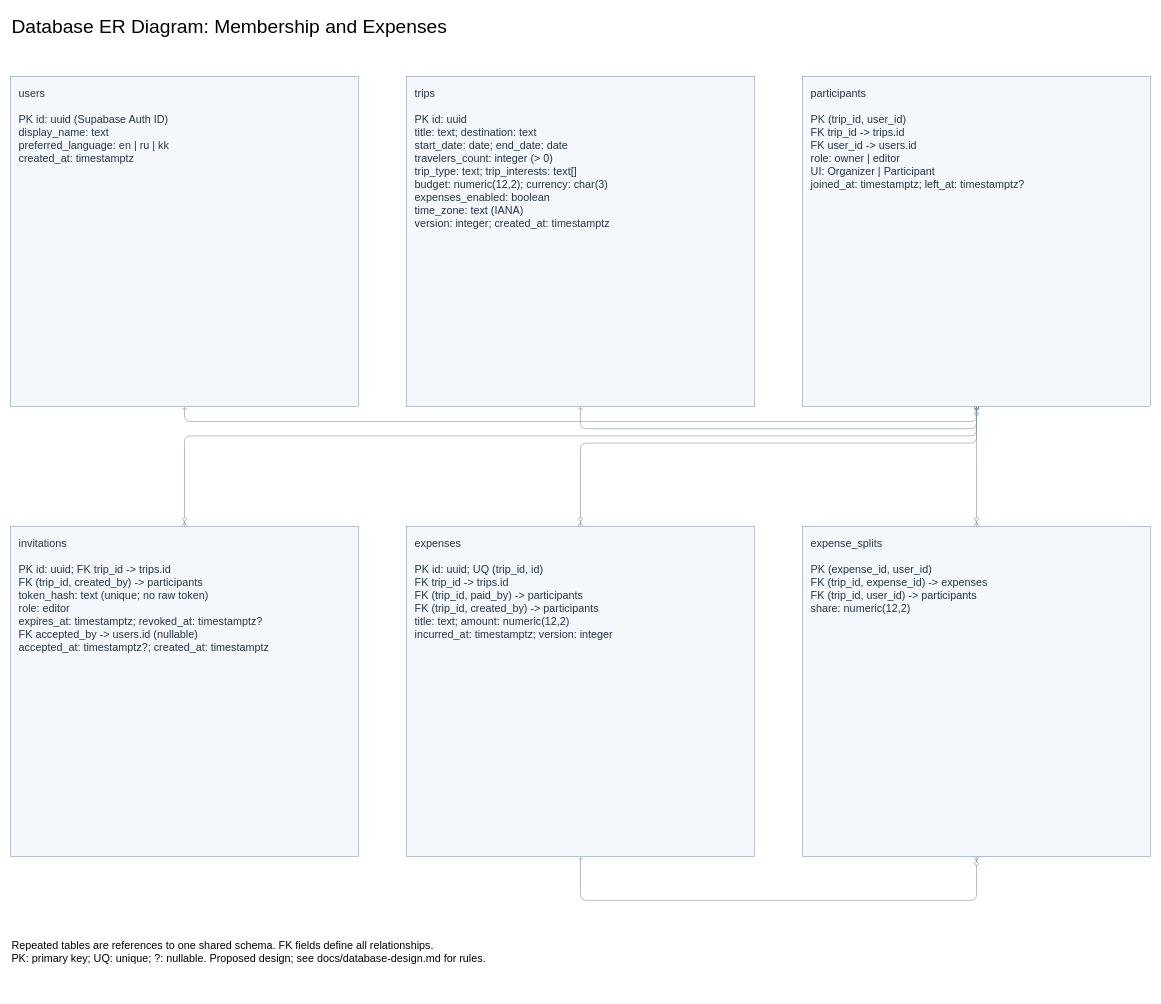
yer455yl/collaborative-trip-planning keeps this draw.io diagram as page "Membership and Expenses" (1 of 4) of diagrams/database-er.drawio. Above is the earlier version. Source tidied: cells renumbered, new cells numbered last; positions are measured from the earlier drawing's top-left corner, leaving out a move shared by most shapes. Both pictures are drawn from the tidied source at 60%, with x=0, y=0 at pixel (10, 10).
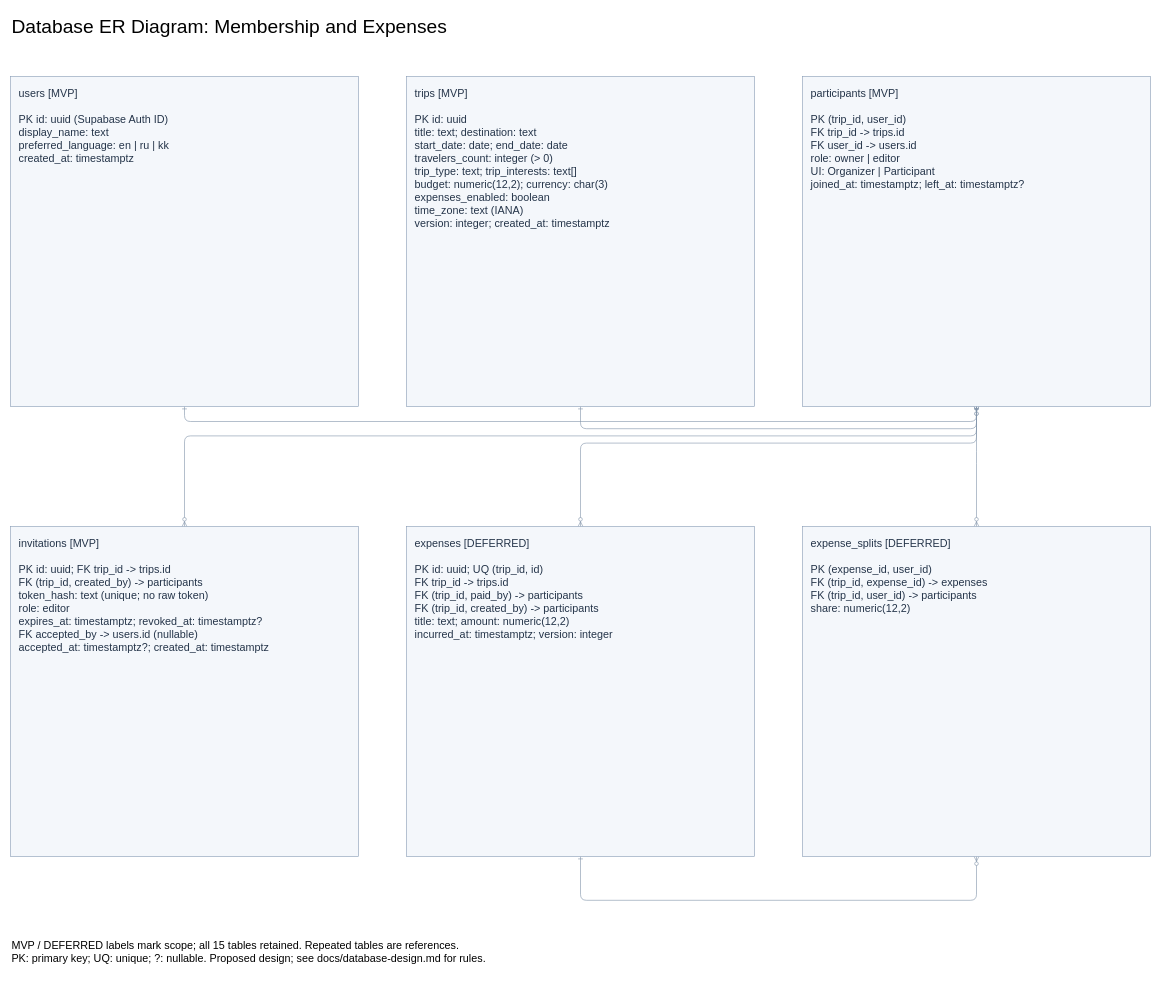
The same page after the edit.

Diff of the diagram source:
```diff
@@
-    <mxCell id="9" value="users&#10;&#10;PK id: uuid (Supabase Auth ID)&#10;display_name: text&#10;preferred_language: en | ru | kk&#10;created_at: timestamptz" style="rounded=0;whiteSpace=wrap;html=0;fillColor=#f4f7fb;strokeColor=#879bb5;fontColor=#243449;fontSize=18;align=left;verticalAlign=top;spacing=14;" parent="1" vertex="1">
+    <mxCell id="9" value="users [MVP]&#10;&#10;PK id: uuid (Supabase Auth ID)&#10;display_name: text&#10;preferred_language: en | ru | kk&#10;created_at: timestamptz" style="rounded=0;whiteSpace=wrap;html=0;fillColor=#f4f7fb;strokeColor=#879bb5;fontColor=#243449;fontSize=18;align=left;verticalAlign=top;spacing=14;" parent="1" vertex="1">
       <mxGeometry y="110" width="580" height="550" as="geometry" />
     </mxCell>
-    <mxCell id="10" value="trips&#10;&#10;PK id: uuid&#10;title: text; destination: text&#10;start_date: date; end_date: date&#10;travelers_count: integer (&gt; 0)&#10;trip_type: text; trip_interests: text[]&#10;budget: numeric(12,2); currency: char(3)&#10;expenses_enabled: boolean&#10;time_zone: text (IANA)&#10;version: integer; created_at: timestamptz" style="rounded=0;whiteSpace=wrap;html=0;fillColor=#f4f7fb;strokeColor=#879bb5;fontColor=#243449;fontSize=18;align=left;verticalAlign=top;spacing=14;" parent="1" vertex="1">
+    <mxCell id="10" value="trips [MVP]&#10;&#10;PK id: uuid&#10;title: text; destination: text&#10;start_date: date; end_date: date&#10;travelers_count: integer (&gt; 0)&#10;trip_type: text; trip_interests: text[]&#10;budget: numeric(12,2); currency: char(3)&#10;expenses_enabled: boolean&#10;time_zone: text (IANA)&#10;version: integer; created_at: timestamptz" style="rounded=0;whiteSpace=wrap;html=0;fillColor=#f4f7fb;strokeColor=#879bb5;fontColor=#243449;fontSize=18;align=left;verticalAlign=top;spacing=14;" parent="1" vertex="1">
       <mxGeometry x="660" y="110" width="580" height="550" as="geometry" />
     </mxCell>
-    <mxCell id="11" value="participants&#10;&#10;PK (trip_id, user_id)&#10;FK trip_id -&gt; trips.id&#10;FK user_id -&gt; users.id&#10;role: owner | editor&#10;UI: Organizer | Participant&#10;joined_at: timestamptz; left_at: timestamptz?" style="rounded=0;whiteSpace=wrap;html=0;fillColor=#f4f7fb;strokeColor=#879bb5;fontColor=#243449;fontSize=18;align=left;verticalAlign=top;spacing=14;" parent="1" vertex="1">
+    <mxCell id="11" value="participants [MVP]&#10;&#10;PK (trip_id, user_id)&#10;FK trip_id -&gt; trips.id&#10;FK user_id -&gt; users.id&#10;role: owner | editor&#10;UI: Organizer | Participant&#10;joined_at: timestamptz; left_at: timestamptz?" style="rounded=0;whiteSpace=wrap;html=0;fillColor=#f4f7fb;strokeColor=#879bb5;fontColor=#243449;fontSize=18;align=left;verticalAlign=top;spacing=14;" parent="1" vertex="1">
       <mxGeometry x="1320" y="110" width="580" height="550" as="geometry" />
     </mxCell>
-    <mxCell id="12" value="invitations&#10;&#10;PK id: uuid; FK trip_id -&gt; trips.id&#10;FK (trip_id, created_by) -&gt; participants&#10;token_hash: text (unique; no raw token)&#10;role: editor&#10;expires_at: timestamptz; revoked_at: timestamptz?&#10;FK accepted_by -&gt; users.id (nullable)&#10;accepted_at: timestamptz?; created_at: timestamptz" style="rounded=0;whiteSpace=wrap;html=0;fillColor=#f4f7fb;strokeColor=#879bb5;fontColor=#243449;fontSize=18;align=left;verticalAlign=top;spacing=14;" parent="1" vertex="1">
+    <mxCell id="12" value="invitations [MVP]&#10;&#10;PK id: uuid; FK trip_id -&gt; trips.id&#10;FK (trip_id, created_by) -&gt; participants&#10;token_hash: text (unique; no raw token)&#10;role: editor&#10;expires_at: timestamptz; revoked_at: timestamptz?&#10;FK accepted_by -&gt; users.id (nullable)&#10;accepted_at: timestamptz?; created_at: timestamptz" style="rounded=0;whiteSpace=wrap;html=0;fillColor=#f4f7fb;strokeColor=#879bb5;fontColor=#243449;fontSize=18;align=left;verticalAlign=top;spacing=14;" parent="1" vertex="1">
       <mxGeometry y="860" width="580" height="550" as="geometry" />
     </mxCell>
-    <mxCell id="13" value="expenses&#10;&#10;PK id: uuid; UQ (trip_id, id)&#10;FK trip_id -&gt; trips.id&#10;FK (trip_id, paid_by) -&gt; participants&#10;FK (trip_id, created_by) -&gt; participants&#10;title: text; amount: numeric(12,2)&#10;incurred_at: timestamptz; version: integer" style="rounded=0;whiteSpace=wrap;html=0;fillColor=#f4f7fb;strokeColor=#879bb5;fontColor=#243449;fontSize=18;align=left;verticalAlign=top;spacing=14;" parent="1" vertex="1">
+    <mxCell id="13" value="expenses [DEFERRED]&#10;&#10;PK id: uuid; UQ (trip_id, id)&#10;FK trip_id -&gt; trips.id&#10;FK (trip_id, paid_by) -&gt; participants&#10;FK (trip_id, created_by) -&gt; participants&#10;title: text; amount: numeric(12,2)&#10;incurred_at: timestamptz; version: integer" style="rounded=0;whiteSpace=wrap;html=0;fillColor=#f4f7fb;strokeColor=#879bb5;fontColor=#243449;fontSize=18;align=left;verticalAlign=top;spacing=14;" parent="1" vertex="1">
       <mxGeometry x="660" y="860" width="580" height="550" as="geometry" />
     </mxCell>
-    <mxCell id="14" value="expense_splits&#10;&#10;PK (expense_id, user_id)&#10;FK (trip_id, expense_id) -&gt; expenses&#10;FK (trip_id, user_id) -&gt; participants&#10;share: numeric(12,2)" style="rounded=0;whiteSpace=wrap;html=0;fillColor=#f4f7fb;strokeColor=#879bb5;fontColor=#243449;fontSize=18;align=left;verticalAlign=top;spacing=14;" parent="1" vertex="1">
+    <mxCell id="14" value="expense_splits [DEFERRED]&#10;&#10;PK (expense_id, user_id)&#10;FK (trip_id, expense_id) -&gt; expenses&#10;FK (trip_id, user_id) -&gt; participants&#10;share: numeric(12,2)" style="rounded=0;whiteSpace=wrap;html=0;fillColor=#f4f7fb;strokeColor=#879bb5;fontColor=#243449;fontSize=18;align=left;verticalAlign=top;spacing=14;" parent="1" vertex="1">
       <mxGeometry x="1320" y="860" width="580" height="550" as="geometry" />
     </mxCell>
-    <mxCell id="15" value="Repeated tables are references to one shared schema. FK fields define all relationships.&#10;PK: primary key; UQ: unique; ?: nullable. Proposed design; see docs/database-design.md for rules." style="text;html=0;fontSize=18;align=left;" parent="1" vertex="1">
+    <mxCell id="15" value="MVP / DEFERRED labels mark scope; all 15 tables retained. Repeated tables are references.&#10;PK: primary key; UQ: unique; ?: nullable. Proposed design; see docs/database-design.md for rules." style="text;html=0;fontSize=18;align=left;" parent="1" vertex="1">
       <mxGeometry y="1540" width="1880" height="100" as="geometry" />
     </mxCell>
```
